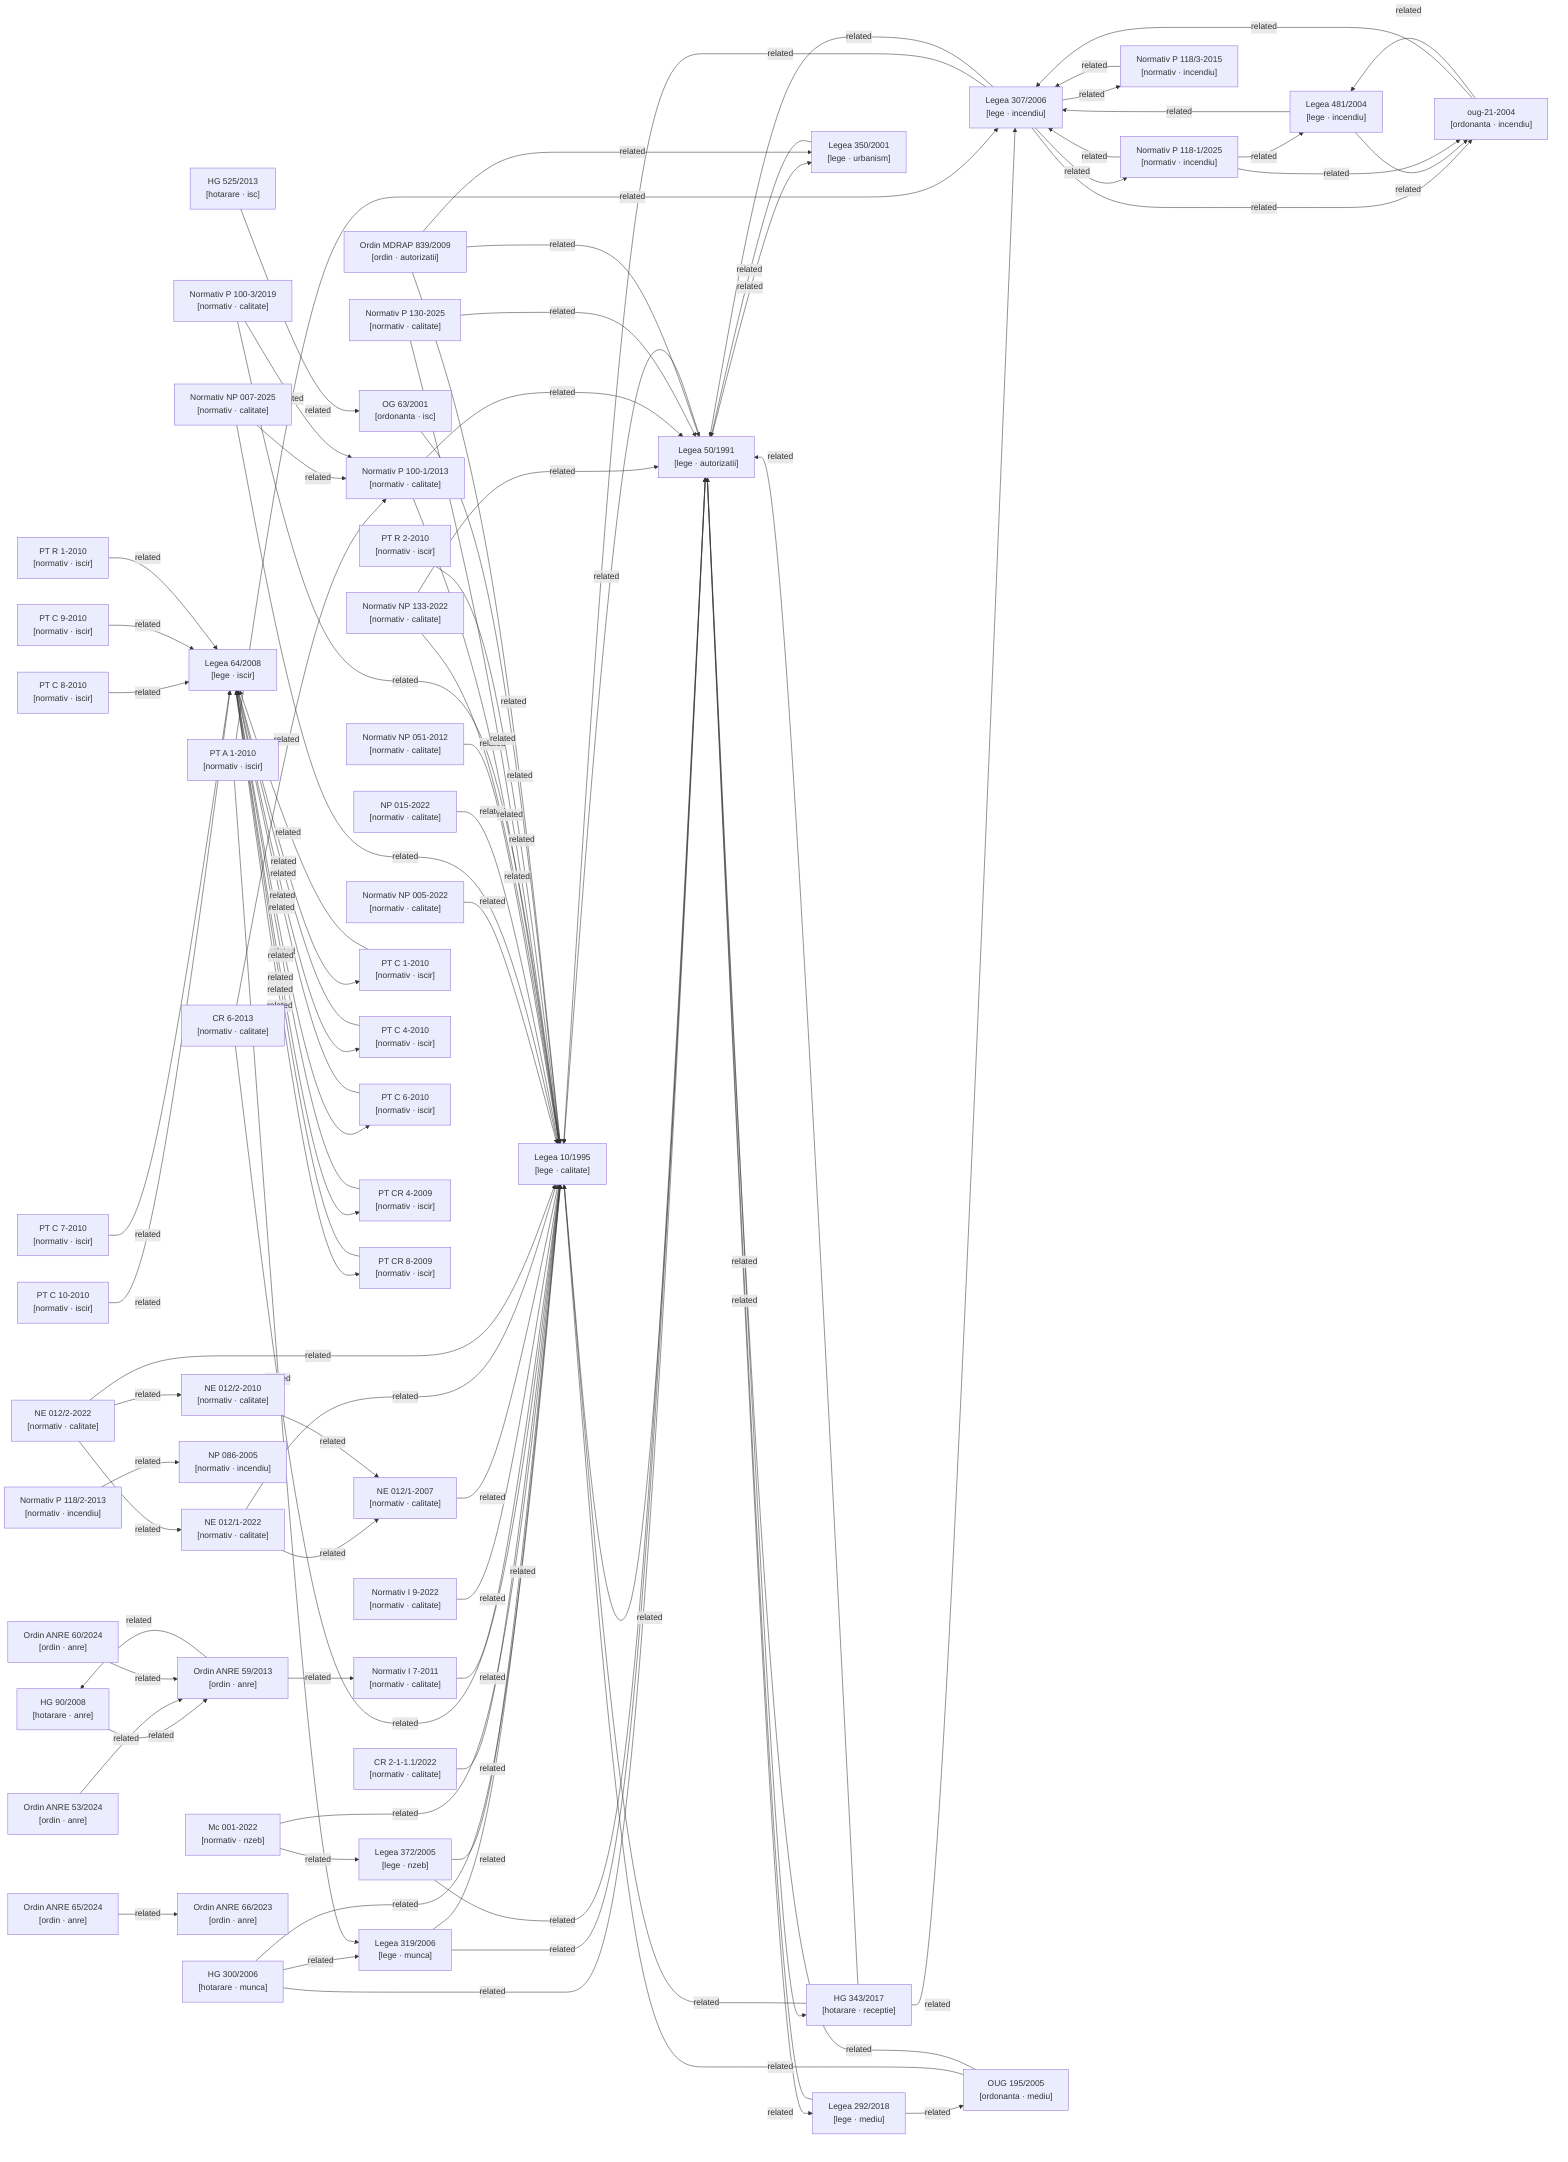
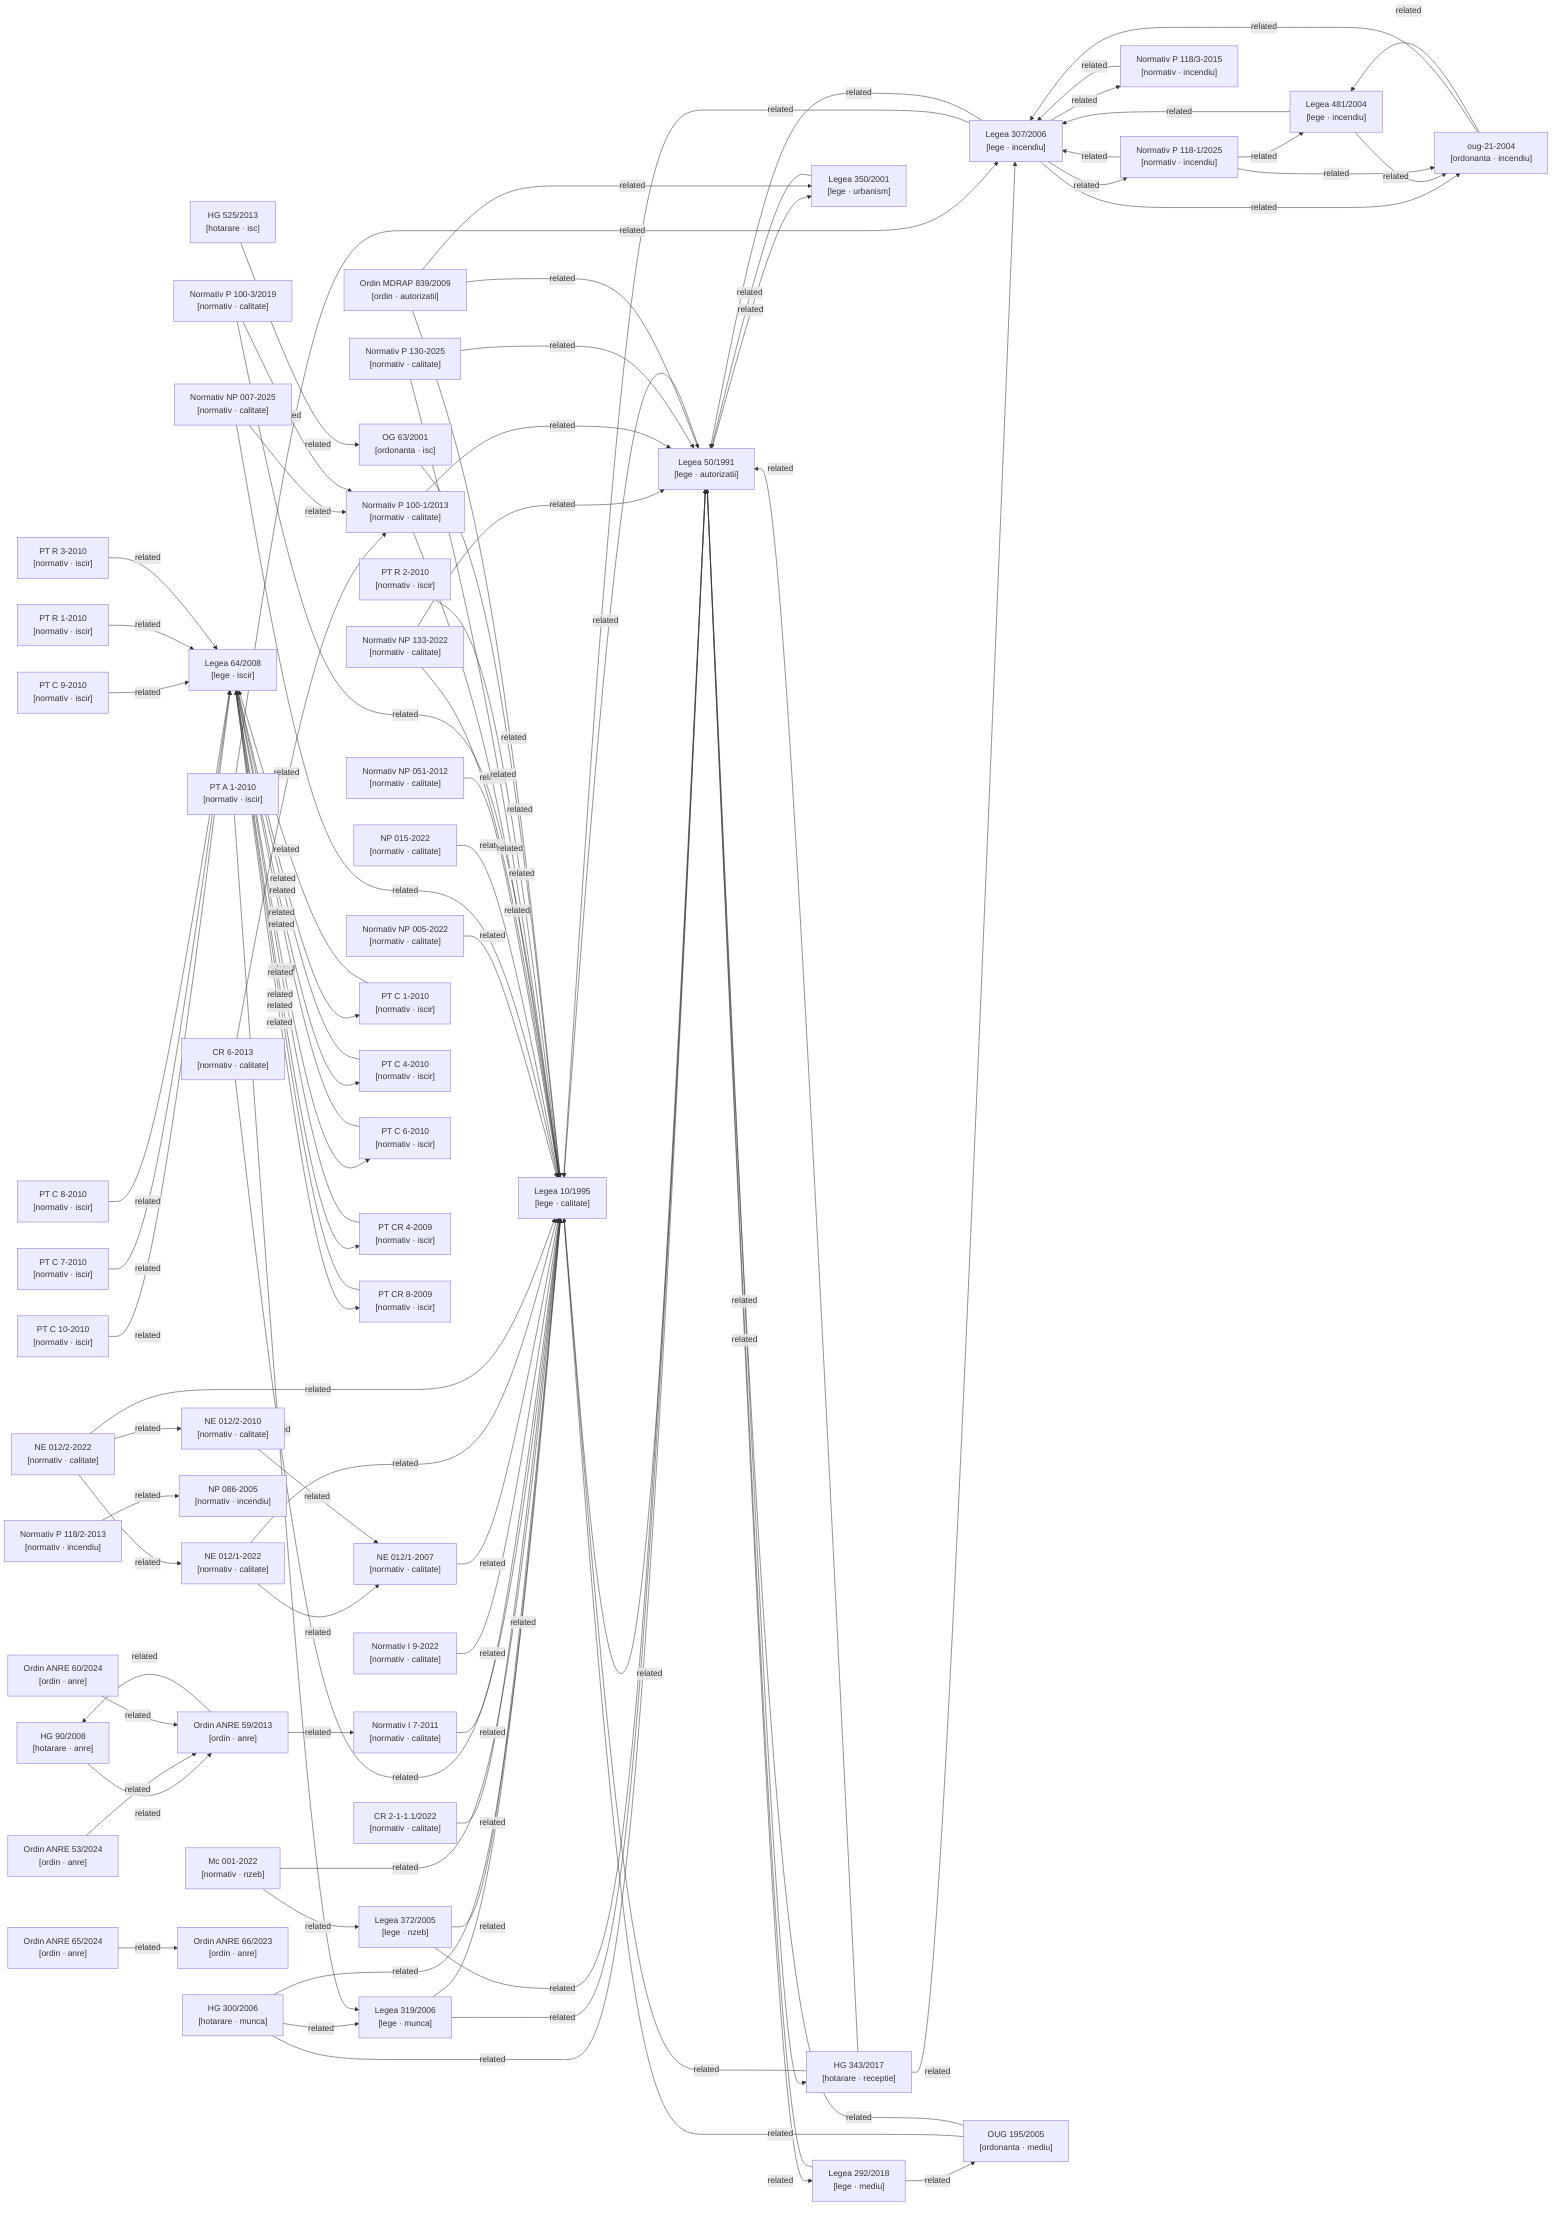
graph LR

  %% Nodes
  hg-300-2006["HG 300/2006\n[hotarare · munca]"]
  hg-343-2017["HG 343/2017\n[hotarare · receptie]"]
  hg-525-2013["HG 525/2013\n[hotarare · isc]"]
  hg-90-2008["HG 90/2008\n[hotarare · anre]"]
  lege-10-1995["Legea 10/1995\n[lege · calitate]"]
  lege-292-2018["Legea 292/2018\n[lege · mediu]"]
  lege-307-2006["Legea 307/2006\n[lege · incendiu]"]
  lege-319-2006["Legea 319/2006\n[lege · munca]"]
  lege-350-2001["Legea 350/2001\n[lege · urbanism]"]
  lege-372-2005["Legea 372/2005\n[lege · nzeb]"]
  lege-481-2004["Legea 481/2004\n[lege · incendiu]"]
  lege-50-1991["Legea 50/1991\n[lege · autorizatii]"]
  lege-64-2008["Legea 64/2008\n[lege · iscir]"]
  metodologie-mc001-2022["Mc 001-2022\n[normativ · nzeb]"]
  normativ-cr2-1-1-1-2022["CR 2-1-1.1/2022\n[normativ · calitate]"]
  normativ-cr6-2013["CR 6-2013\n[normativ · calitate]"]
  normativ-i7-2011["Normativ I 7-2011\n[normativ · calitate]"]
  normativ-i9-2022["Normativ I 9-2022\n[normativ · calitate]"]
  normativ-ne012-1-2007["NE 012/1-2007\n[normativ · calitate]"]
  normativ-ne012-1-2022["NE 012/1-2022\n[normativ · calitate]"]
  normativ-ne012-2-2010["NE 012/2-2010\n[normativ · calitate]"]
  normativ-ne012-2-2022["NE 012/2-2022\n[normativ · calitate]"]
  normativ-np005-2022["Normativ NP 005-2022\n[normativ · calitate]"]
  normativ-np007-2025["Normativ NP 007-2025\n[normativ · calitate]"]
  normativ-np015-2022["NP 015-2022\n[normativ · calitate]"]
  normativ-np051-2012["Normativ NP 051-2012\n[normativ · calitate]"]
  normativ-np086-2005["NP 086-2005\n[normativ · incendiu]"]
  normativ-np133-2022["Normativ NP 133-2022\n[normativ · calitate]"]
  normativ-p100-1-2013["Normativ P 100-1/2013\n[normativ · calitate]"]
  normativ-p100-3-2019["Normativ P 100-3/2019\n[normativ · calitate]"]
  normativ-p118-1-2025["Normativ P 118-1/2025\n[normativ · incendiu]"]
  normativ-p118-2-2013["Normativ P 118/2-2013\n[normativ · incendiu]"]
  normativ-p118-3-2015["Normativ P 118/3-2015\n[normativ · incendiu]"]
  normativ-p130-2025["Normativ P 130-2025\n[normativ · calitate]"]
  normativ-pt-a1-2010["PT A 1-2010\n[normativ · iscir]"]
  normativ-pt-c1-2010["PT C 1-2010\n[normativ · iscir]"]
  normativ-pt-c10-2010["PT C 10-2010\n[normativ · iscir]"]
  normativ-pt-c4-2010["PT C 4-2010\n[normativ · iscir]"]
  normativ-pt-c6-2010["PT C 6-2010\n[normativ · iscir]"]
  normativ-pt-c7-2010["PT C 7-2010\n[normativ · iscir]"]
  normativ-pt-c8-2010["PT C 8-2010\n[normativ · iscir]"]
  normativ-pt-c9-2010["PT C 9-2010\n[normativ · iscir]"]
  normativ-pt-cr4-2009["PT CR 4-2009\n[normativ · iscir]"]
  normativ-pt-cr8-2009["PT CR 8-2009\n[normativ · iscir]"]
  normativ-pt-r1-2010["PT R 1-2010\n[normativ · iscir]"]
  normativ-pt-r2-2010["PT R 2-2010\n[normativ · iscir]"]
+   normativ-pt-r3-2010["PT R 3-2010\n[normativ · iscir]"]
  og-63-2001["OG 63/2001\n[ordonanta · isc]"]
  ordin-839-2009["Ordin MDRAP 839/2009\n[ordin · autorizatii]"]
  ordin-anre-53-2024["Ordin ANRE 53/2024\n[ordin · anre]"]
  ordin-anre-59-2013["Ordin ANRE 59/2013\n[ordin · anre]"]
  ordin-anre-60-2024["Ordin ANRE 60/2024\n[ordin · anre]"]
  ordin-anre-65-2024["Ordin ANRE 65/2024\n[ordin · anre]"]
  ordin-anre-66-2023["Ordin ANRE 66/2023\n[ordin · anre]"]
  oug-195-2005["OUG 195/2005\n[ordonanta · mediu]"]
  oug-21-2004["oug-21-2004\n[ordonanta · incendiu]"]

  %% Confirmed relationships (from metadata related_acts)
  hg-300-2006 -->|related| lege-10-1995
  hg-300-2006 -->|related| lege-319-2006
  hg-300-2006 -->|related| lege-50-1991
  hg-343-2017 -->|related| lege-10-1995
  hg-343-2017 -->|related| lege-307-2006
  hg-343-2017 -->|related| lege-50-1991
  hg-525-2013 -->|related| og-63-2001
  hg-90-2008 -->|related| ordin-anre-59-2013
  lege-10-1995 -->|related| lege-50-1991
  lege-292-2018 -->|related| lege-50-1991
  lege-292-2018 -->|related| oug-195-2005
  lege-307-2006 -->|related| lege-10-1995
  lege-307-2006 -->|related| lege-50-1991
  lege-307-2006 -->|related| normativ-p118-1-2025
  lege-307-2006 -->|related| normativ-p118-3-2015
  lege-307-2006 -->|related| oug-21-2004
  lege-319-2006 -->|related| lege-10-1995
  lege-319-2006 -->|related| lege-50-1991
  lege-350-2001 -->|related| lege-50-1991
  lege-372-2005 -->|related| lege-10-1995
  lege-372-2005 -->|related| lege-50-1991
  lege-481-2004 -->|related| lege-307-2006
  lege-481-2004 -->|related| oug-21-2004
  lege-50-1991 -->|related| hg-343-2017
  lege-50-1991 -->|related| lege-10-1995
  lege-50-1991 -->|related| lege-292-2018
  lege-50-1991 -->|related| lege-350-2001
  lege-64-2008 -->|related| normativ-pt-c1-2010
  lege-64-2008 -->|related| normativ-pt-c4-2010
  lege-64-2008 -->|related| normativ-pt-c6-2010
  lege-64-2008 -->|related| normativ-pt-cr4-2009
  lege-64-2008 -->|related| normativ-pt-cr8-2009
  metodologie-mc001-2022 -->|related| lege-10-1995
  metodologie-mc001-2022 -->|related| lege-372-2005
  normativ-cr2-1-1-1-2022 -->|related| lege-10-1995
  normativ-cr6-2013 -->|related| lege-10-1995
  normativ-cr6-2013 -->|related| normativ-p100-1-2013
  normativ-i7-2011 -->|related| lege-10-1995
  normativ-i9-2022 -->|related| lege-10-1995
  normativ-ne012-1-2007 -->|related| lege-10-1995
  normativ-ne012-1-2022 -->|related| lege-10-1995
  normativ-ne012-1-2022 -->|related| normativ-ne012-1-2007
  normativ-ne012-2-2010 -->|related| normativ-ne012-1-2007
  normativ-ne012-2-2022 -->|related| lege-10-1995
  normativ-ne012-2-2022 -->|related| normativ-ne012-1-2022
  normativ-ne012-2-2022 -->|related| normativ-ne012-2-2010
  normativ-np005-2022 -->|related| lege-10-1995
  normativ-np007-2025 -->|related| lege-10-1995
  normativ-np007-2025 -->|related| normativ-p100-1-2013
  normativ-np015-2022 -->|related| lege-10-1995
  normativ-np051-2012 -->|related| lege-10-1995
  normativ-np133-2022 -->|related| lege-10-1995
  normativ-np133-2022 -->|related| lege-50-1991
  normativ-p100-1-2013 -->|related| lege-10-1995
  normativ-p100-1-2013 -->|related| lege-50-1991
  normativ-p100-3-2019 -->|related| lege-10-1995
  normativ-p100-3-2019 -->|related| normativ-p100-1-2013
  normativ-p118-1-2025 -->|related| lege-307-2006
  normativ-p118-1-2025 -->|related| lege-481-2004
  normativ-p118-1-2025 -->|related| oug-21-2004
  normativ-p118-2-2013 -->|related| normativ-np086-2005
  normativ-p118-3-2015 -->|related| lege-307-2006
  normativ-p130-2025 -->|related| lege-10-1995
  normativ-p130-2025 -->|related| lege-50-1991
  normativ-pt-a1-2010 -->|related| lege-307-2006
  normativ-pt-a1-2010 -->|related| lege-319-2006
  normativ-pt-c1-2010 -->|related| lege-64-2008
  normativ-pt-c10-2010 -->|related| lege-64-2008
  normativ-pt-c4-2010 -->|related| lege-64-2008
  normativ-pt-c6-2010 -->|related| lege-64-2008
  normativ-pt-c7-2010 -->|related| lege-64-2008
  normativ-pt-c8-2010 -->|related| lege-64-2008
  normativ-pt-c9-2010 -->|related| lege-64-2008
  normativ-pt-cr4-2009 -->|related| lege-64-2008
  normativ-pt-cr8-2009 -->|related| lege-64-2008
  normativ-pt-r1-2010 -->|related| lege-64-2008
  normativ-pt-r2-2010 -->|related| lege-10-1995
+   normativ-pt-r3-2010 -->|related| lege-64-2008
  og-63-2001 -->|related| lege-10-1995
  ordin-839-2009 -->|related| lege-10-1995
  ordin-839-2009 -->|related| lege-350-2001
  ordin-839-2009 -->|related| lege-50-1991
  ordin-anre-53-2024 -->|related| ordin-anre-59-2013
  ordin-anre-59-2013 -->|related| hg-90-2008
  ordin-anre-59-2013 -->|related| normativ-i7-2011
  ordin-anre-60-2024 -->|related| ordin-anre-59-2013
  ordin-anre-65-2024 -->|related| ordin-anre-66-2023
  oug-195-2005 -->|related| lege-10-1995
  oug-195-2005 -->|related| lege-50-1991
  oug-21-2004 -->|related| lege-307-2006
  oug-21-2004 -->|related| lege-481-2004

  %% Auto-detected relationships (needs_review)
